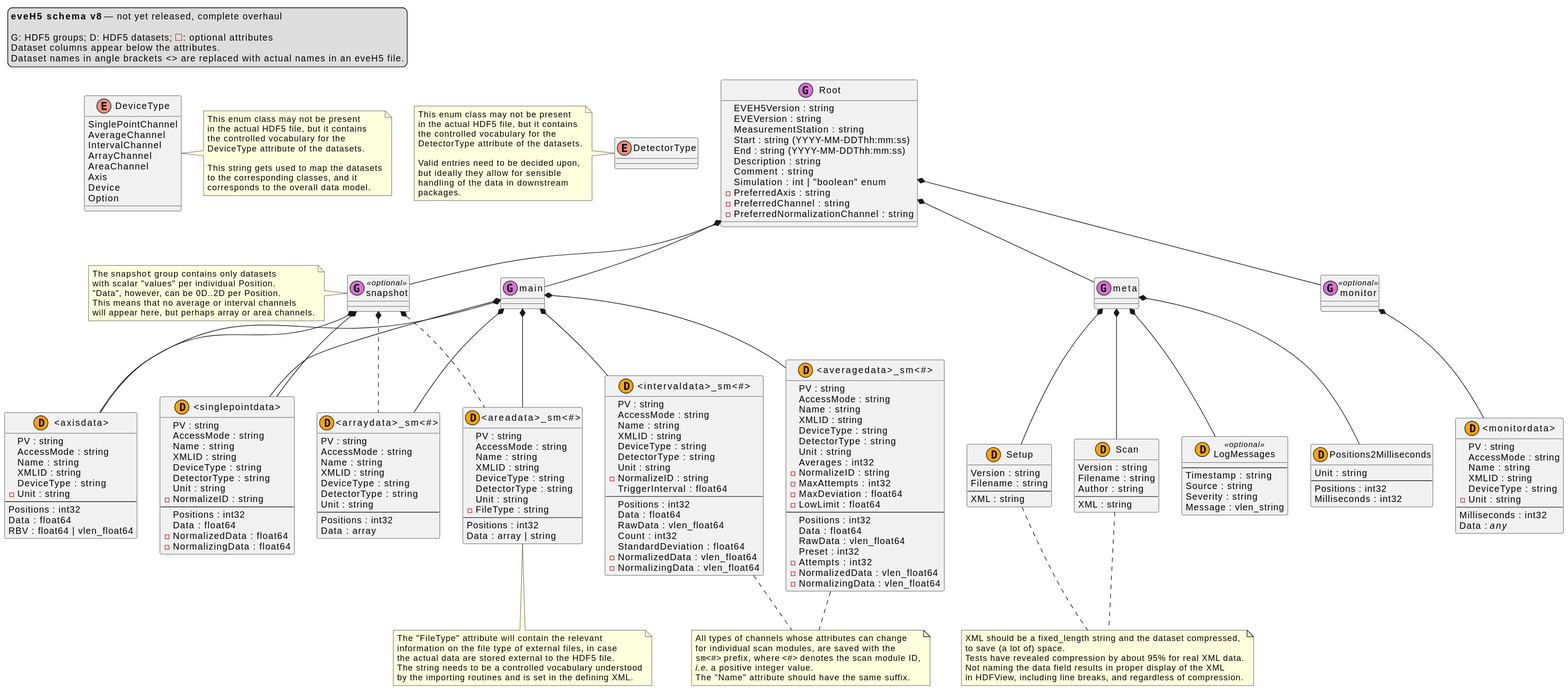
This is docs/uml/eveh5-v8.svg from tillbiskup/evedata, a PlantUML export, as it was before one commit.
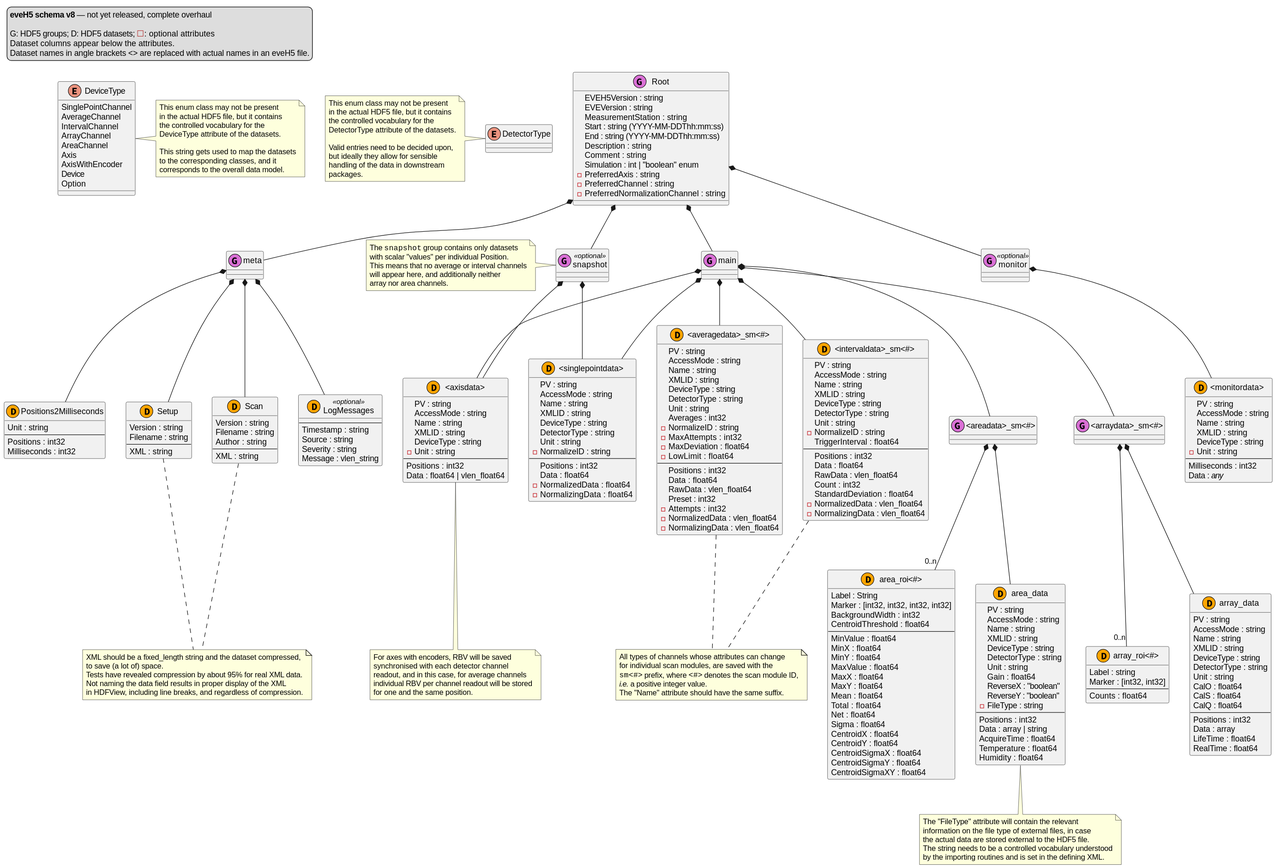
Later version of the same file.

Commit message:
Update eveh5 scheme

The edit, as a diff of the source:
```diff
@@ -35,6 +35,7 @@
     ArrayChannel
     AreaChannel
     Axis
+    AxisWithEncoder
     Device
     Option
 }
@@ -75,15 +76,13 @@
 note left of snapshot
     The ""snapshot"" group contains only datasets
     with scalar "values" per individual Position.
-    "Data", however, can be 0D..2D per Position.
     This means that no average or interval channels
-    will appear here, but perhaps array or area channels.
+    will appear here, and additionally neither
+    array nor area channels.
 endnote
 
 snapshot *-- "<axisdata>"
 snapshot *-- "<singlepointdata>"
-snapshot *.. "<arraydata>_sm<#>"
-snapshot *.. "<areadata>_sm<#>"
 
 class meta << (G,orchid) >> {}
 
@@ -101,9 +100,15 @@
     - Unit : string
     --
     Positions : int32
-    Data : float64
-    RBV : float64 | vlen_float64
+    Data : float64 | vlen_float64
 }
+note bottom of "<axisdata>"
+    For axes with encoders, RBV will be saved
+    synchronised with each detector channel
+    readout, and in this case, for average channels
+    individual RBV per channel readout will be stored
+    for one and the same position.
+end note
 
 class "<singlepointdata>" << (D,orange) >> {
     PV : string
@@ -182,7 +187,12 @@
 "<intervaldata>_sm<#>" .. sm_channel_note
 "<averagedata>_sm<#>" .. sm_channel_note
 
-class "<arraydata>_sm<#>" << (D,orange) >> {
+class "<arraydata>_sm<#>" << (G,orchid) >> {}
+
+"<arraydata>_sm<#>" *-- array_data
+"<arraydata>_sm<#>" *-- "0..n" "array_roi<#>"
+
+class "array_data" << (D,orange) >> {
     PV : string
     AccessMode : string
     Name : string
@@ -190,12 +200,29 @@
     DeviceType : string
     DetectorType : string
     Unit : string
+    CalO : float64
+    CalS : float64
+    CalQ : float64
     --
     Positions : int32
     Data : array
+    LifeTime : float64
+    RealTime : float64
 }
 
-class "<areadata>_sm<#>" << (D,orange) >> {
+class "array_roi<#>" << (D,orange) >> {
+    Label : string
+    Marker : [int32, int32]
+    --
+    Counts : float64
+}
+
+class "<areadata>_sm<#>" << (G,orchid) >> {}
+
+"<areadata>_sm<#>" *-- area_data
+"<areadata>_sm<#>" *-- "0..n" "area_roi<#>"
+
+class area_data << (D,orange) >> {
     PV : string
     AccessMode : string
     Name : string
@@ -203,19 +230,48 @@
     DeviceType : string
     DetectorType : string
     Unit : string
+    Gain : float64
+    ReverseX : "boolean"
+    ReverseY : "boolean"
     - FileType : string
     --
     Positions : int32
     Data : array | string
+    AcquireTime : float64
+    Temperature : float64
+    Humidity : float64
 }
 
-note bottom of "<areadata>_sm<#>"
+note bottom of area_data
     The "FileType" attribute will contain the relevant
     information on the file type of external files, in case
     the actual data are stored external to the HDF5 file.
     The string needs to be a controlled vocabulary understood
     by the importing routines and is set in the defining XML.
 endnote
+
+class "area_roi<#>" << (D,orange) >> {
+    Label : String
+    Marker : [int32, int32, int32, int32]
+    BackgroundWidth : int32
+    CentroidThreshold : float64
+    --
+    MinValue : float64
+    MinX : float64
+    MinY : float64
+    MaxValue : float64
+    MaxX : float64
+    MaxY : float64
+    Mean : float64
+    Total : float64
+    Net : float64
+    Sigma : float64
+    CentroidX : float64
+    CentroidY : float64
+    CentroidSigmaX : float64
+    CentroidSigmaY : float64
+    CentroidSigmaXY : float64
+}
 
 class Setup << (D,orange) >> {
     Version : string
```
